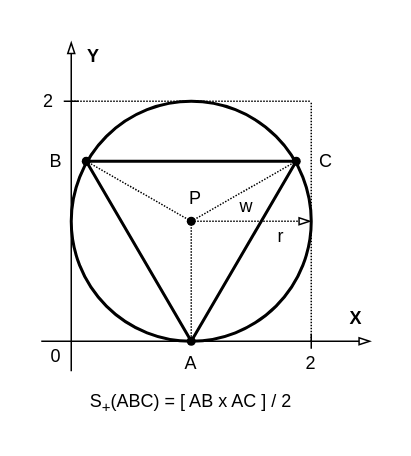
The draw.io diagram projects/examples/source/08.28.drawio in i-s-m-mipt/Education, before the edit. Source tidied: cells renumbered, new cells numbered last; positions are measured from the earlier drawing's top-left corner, leaving out a move shared by most shapes. Both pictures are drawn from the tidied source at 150%, with x=0, y=0 at pixel (26, 40).
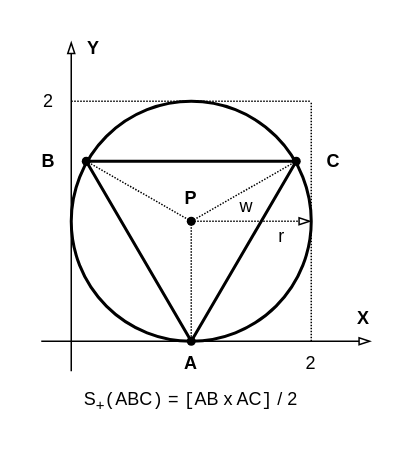
The same diagram, later.

What changed in the source:
```diff
@@
-    <mxCell id="4" style="endArrow=blockThin;html=1;rounded=0;endFill=0;strokeWidth=1;exitX=1;exitY=1;exitDx=0;exitDy=0;fontFamily=Helvetica;" parent="1" edge="1" source="11">
+    <mxCell id="4" style="endArrow=blockThin;html=1;rounded=0;endFill=0;strokeWidth=1;exitX=1;exitY=1;exitDx=0;exitDy=0;fontFamily=Helvetica;" parent="1" edge="1">
       <mxGeometry relative="1" as="geometry">
+        <mxPoint x="30" y="220" as="sourcePoint" />
         <mxPoint x="30" as="targetPoint" />
       </mxGeometry>
     </mxCell>
-    <mxCell id="5" value="&lt;font&gt;&lt;b&gt;Y&lt;/b&gt;&lt;/font&gt;" style="text;html=1;align=center;verticalAlign=middle;whiteSpace=wrap;rounded=0;fontFamily=Helvetica;" parent="1" vertex="1">
-      <mxGeometry x="30" width="30" height="20" as="geometry" />
+    <mxCell id="5" value="&lt;font&gt;&lt;b style=&quot;&quot;&gt;Y&lt;/b&gt;&lt;/font&gt;" style="text;html=1;align=center;verticalAlign=middle;whiteSpace=wrap;rounded=0;fontFamily=Helvetica;" parent="1" vertex="1">
+      <mxGeometry x="30" y="-10" width="30" height="30" as="geometry" />
     </mxCell>
-    <mxCell id="6" style="endArrow=blockThin;html=1;rounded=0;endFill=0;strokeWidth=1;exitX=0;exitY=0;exitDx=0;exitDy=0;fontFamily=Helvetica;" parent="1" edge="1" source="11">
+    <mxCell id="6" style="endArrow=blockThin;html=1;rounded=0;endFill=0;strokeWidth=1;exitX=0;exitY=0;exitDx=0;exitDy=0;fontFamily=Helvetica;" parent="1" edge="1">
       <mxGeometry relative="1" as="geometry">
+        <mxPoint x="10" y="200" as="sourcePoint" />
         <mxPoint x="230" y="200" as="targetPoint" />
       </mxGeometry>
     </mxCell>
-    <mxCell id="7" value="&lt;font&gt;&lt;b&gt;X&lt;/b&gt;&lt;/font&gt;" style="text;html=1;align=center;verticalAlign=middle;whiteSpace=wrap;rounded=0;fontFamily=Helvetica;" parent="1" vertex="1">
-      <mxGeometry x="210" y="170" width="20" height="30" as="geometry" />
+    <mxCell id="7" value="&lt;font&gt;&lt;b style=&quot;&quot;&gt;X&lt;/b&gt;&lt;/font&gt;" style="text;html=1;align=center;verticalAlign=middle;whiteSpace=wrap;rounded=0;fontFamily=Helvetica;" parent="1" vertex="1">
+      <mxGeometry x="210" y="170" width="30" height="30" as="geometry" />
     </mxCell>
-    <mxCell id="8" value="&lt;font&gt;P&lt;/font&gt;" style="text;html=1;align=center;verticalAlign=middle;whiteSpace=wrap;rounded=0;fontFamily=Helvetica;" parent="1" vertex="1">
-      <mxGeometry x="103" y="90" width="20" height="30" as="geometry" />
+    <mxCell id="8" value="&lt;font&gt;&lt;b style=&quot;&quot;&gt;P&lt;/b&gt;&lt;/font&gt;" style="text;html=1;align=center;verticalAlign=middle;whiteSpace=wrap;rounded=0;fontFamily=Helvetica;" parent="1" vertex="1">
+      <mxGeometry x="90" y="90" width="40" height="30" as="geometry" />
     </mxCell>
@@
-    <mxCell id="11" value="&lt;font&gt;0&lt;/font&gt;" style="text;html=1;align=center;verticalAlign=middle;whiteSpace=wrap;rounded=0;fontFamily=Helvetica;" parent="1" vertex="1">
-      <mxGeometry x="10" y="200" width="20" height="20" as="geometry" />
-    </mxCell>
-    <mxCell id="12" value="A" style="text;html=1;align=center;verticalAlign=middle;whiteSpace=wrap;rounded=0;fontFamily=Helvetica;" parent="1" vertex="1">
+    <mxCell id="12" value="&lt;font&gt;&lt;b style=&quot;&quot;&gt;A&lt;/b&gt;&lt;/font&gt;" style="text;html=1;align=center;verticalAlign=middle;whiteSpace=wrap;rounded=0;fontFamily=Helvetica;" parent="1" vertex="1">
       <mxGeometry x="100" y="200" width="20" height="30" as="geometry" />
     </mxCell>
@@
-    <mxCell id="16" value="&lt;font&gt;B&lt;/font&gt;" style="text;html=1;align=center;verticalAlign=middle;whiteSpace=wrap;rounded=0;fontFamily=Helvetica;" parent="1" vertex="1">
-      <mxGeometry x="10" y="70" width="20" height="20" as="geometry" />
+    <mxCell id="16" value="&lt;font&gt;&lt;b style=&quot;&quot;&gt;B&lt;/b&gt;&lt;/font&gt;" style="text;html=1;align=center;verticalAlign=middle;whiteSpace=wrap;rounded=0;fontFamily=Helvetica;" parent="1" vertex="1">
+      <mxGeometry y="70" width="30" height="20" as="geometry" />
     </mxCell>
-    <mxCell id="17" value="&lt;font&gt;C&lt;/font&gt;" style="text;html=1;align=center;verticalAlign=middle;whiteSpace=wrap;rounded=0;fontFamily=Helvetica;" parent="1" vertex="1">
-      <mxGeometry x="190" y="70" width="20" height="20" as="geometry" />
+    <mxCell id="17" value="&lt;font&gt;&lt;b style=&quot;&quot;&gt;C&lt;/b&gt;&lt;/font&gt;" style="text;html=1;align=center;verticalAlign=middle;whiteSpace=wrap;rounded=0;fontFamily=Helvetica;" parent="1" vertex="1">
+      <mxGeometry x="190" y="70" width="30" height="20" as="geometry" />
     </mxCell>
@@
-    <mxCell id="23" value="S&lt;sub style=&quot;&quot;&gt;+&lt;/sub&gt;(ABC) = [ AB x AC ] / 2" style="text;html=1;align=center;verticalAlign=middle;whiteSpace=wrap;rounded=0;fontFamily=Helvetica;" parent="1" vertex="1">
-      <mxGeometry x="10" y="231" width="200" height="20" as="geometry" />
+    <mxCell id="23" value="&lt;font&gt;S&lt;sub style=&quot;&quot;&gt;+&lt;/sub&gt;&lt;font face=&quot;Courier New&quot; style=&quot;&quot;&gt;(&lt;/font&gt;ABC&lt;font face=&quot;Courier New&quot; style=&quot;&quot;&gt;)&lt;/font&gt; = &lt;font face=&quot;Courier New&quot; style=&quot;&quot;&gt;[&lt;/font&gt;AB x AC&lt;font face=&quot;Courier New&quot; style=&quot;&quot;&gt;]&lt;/font&gt; / 2&lt;/font&gt;" style="text;html=1;align=center;verticalAlign=middle;whiteSpace=wrap;rounded=0;fontFamily=Helvetica;" parent="1" vertex="1">
+      <mxGeometry x="30" y="220" width="160" height="40" as="geometry" />
     </mxCell>
-    <mxCell id="24" style="endArrow=none;html=1;rounded=0;fontFamily=Helvetica;" parent="1" edge="1">
-      <mxGeometry relative="1" as="geometry">
-        <mxPoint x="25" y="40" as="sourcePoint" />
-        <mxPoint x="35" y="40" as="targetPoint" />
-      </mxGeometry>
-    </mxCell>
-    <mxCell id="25" style="endArrow=none;html=1;rounded=0;fontFamily=Helvetica;" parent="1" edge="1">
-      <mxGeometry relative="1" as="geometry">
-        <mxPoint x="190" y="205" as="sourcePoint" />
-        <mxPoint x="190" y="195" as="targetPoint" />
-      </mxGeometry>
-    </mxCell>
     <mxCell id="26" value="&lt;font&gt;r&lt;/font&gt;" style="text;html=1;align=center;verticalAlign=middle;whiteSpace=wrap;rounded=0;fontFamily=Helvetica;" parent="1" vertex="1">
-      <mxGeometry x="159.5" y="120" width="19.5" height="20" as="geometry" />
+      <mxGeometry x="159.5" y="120" width="20.5" height="20" as="geometry" />
     </mxCell>
```
